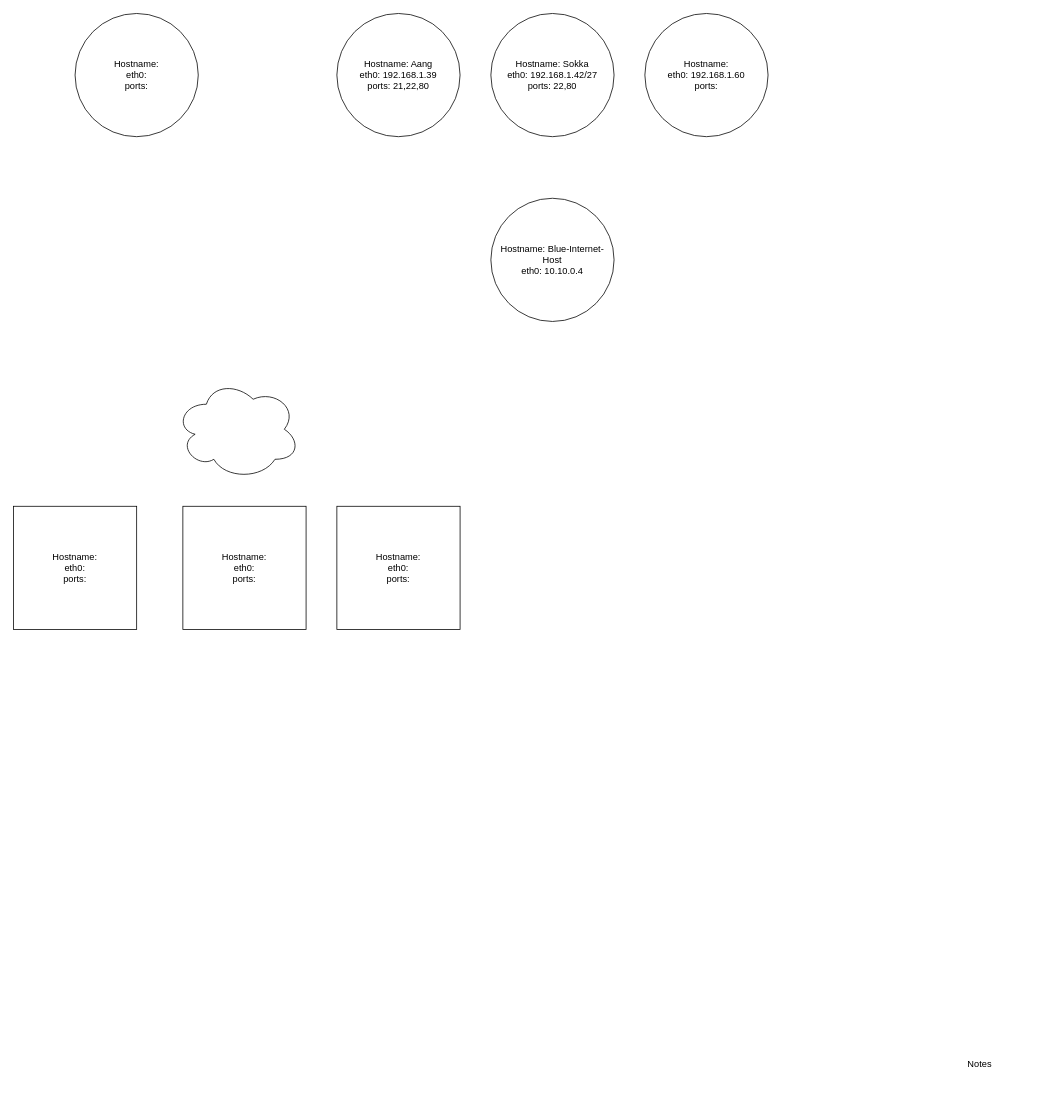
matthewjrobinson24/networking keeps this draw.io diagram as AvatarMap.drawio. Above is the earlier version. Source tidied: cells renumbered, new cells numbered last; positions are measured from the earlier drawing's top-left corner, leaving out a move shared by most shapes. Both pictures are drawn from the tidied source at 77%, with x=0, y=0 at pixel (13, 13).
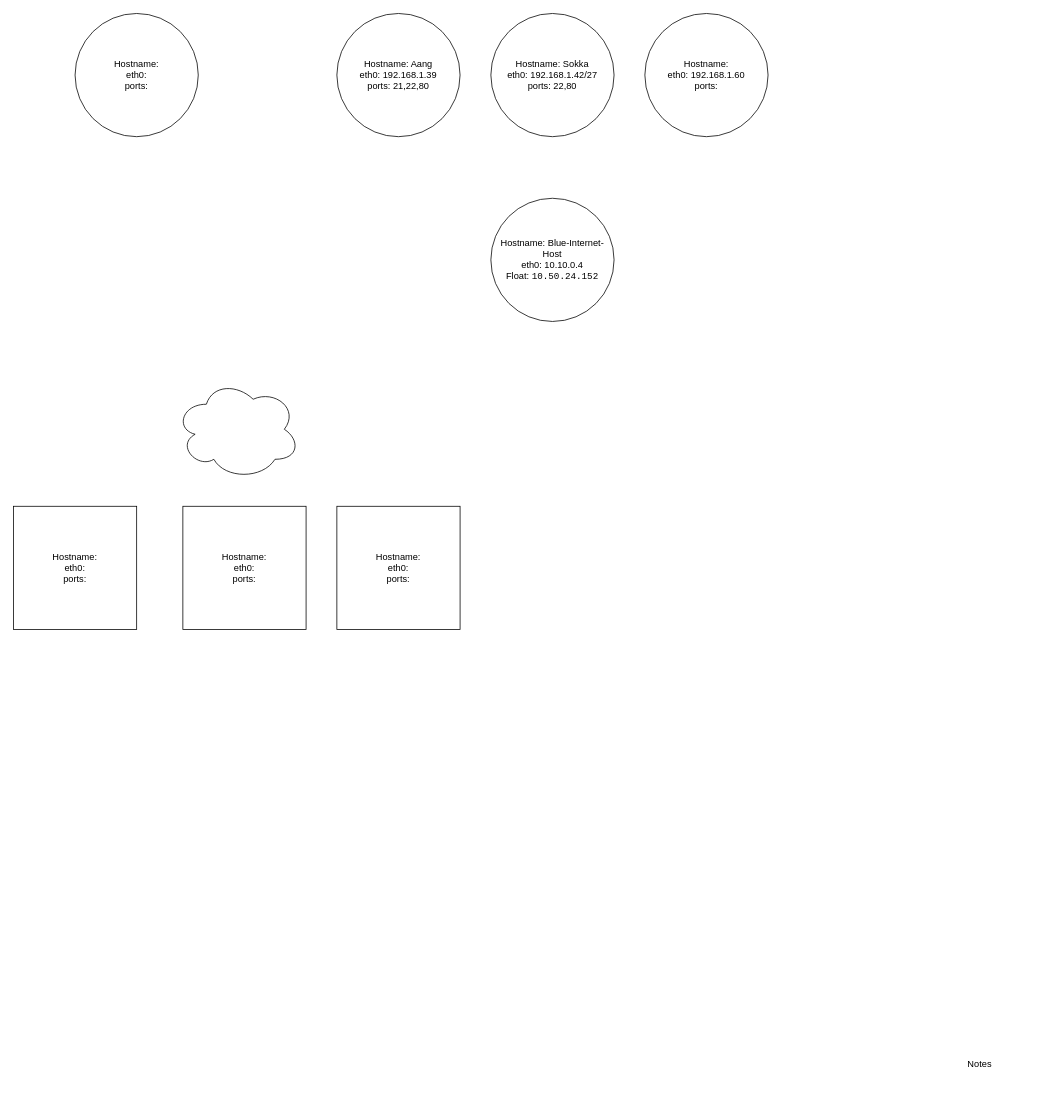
The same page after the edit.

The edit, as a diff of the source:
```diff
@@
 <mxGraphModel>
   <root>
     <mxCell id="0" />
     <mxCell id="1" parent="0" />
     <mxCell id="2" value="Notes" style="text;html=1;align=center;verticalAlign=middle;whiteSpace=wrap;rounded=0;" parent="1" vertex="1">
       <mxGeometry x="1180" y="1330" width="150" height="70" as="geometry" />
     </mxCell>
     <mxCell id="3" value="&lt;div&gt;Hostname: &lt;br&gt;&lt;/div&gt;&lt;div&gt;eth0:&lt;/div&gt;&lt;div&gt;ports:&lt;br&gt;&lt;/div&gt;" style="whiteSpace=wrap;html=1;" parent="1" vertex="1">
       <mxGeometry x="220" y="640" width="160" height="160" as="geometry" />
     </mxCell>
     <mxCell id="4" value="&lt;div&gt;Hostname: Sokka&lt;br&gt;&lt;/div&gt;&lt;div&gt;eth0: 192.168.1.42/27&lt;/div&gt;&lt;div&gt;ports: 22,80&lt;br&gt;&lt;/div&gt;" style="ellipse;whiteSpace=wrap;html=1;" parent="1" vertex="1">
       <mxGeometry x="620" width="160" height="160" as="geometry" />
     </mxCell>
     <mxCell id="5" style="ellipse;shape=cloud;whiteSpace=wrap;html=1;align=center;" parent="1" vertex="1">
       <mxGeometry x="210" y="475" width="162" height="130" as="geometry" />
     </mxCell>
     <mxCell id="6" value="&lt;div&gt;Hostname: &lt;br&gt;&lt;/div&gt;&lt;div&gt;eth0:&lt;/div&gt;&lt;div&gt;ports:&lt;br&gt;&lt;/div&gt;" style="whiteSpace=wrap;html=1;" parent="1" vertex="1">
       <mxGeometry x="420" y="640" width="160" height="160" as="geometry" />
     </mxCell>
     <mxCell id="7" value="&lt;div&gt;Hostname: Aang&lt;br&gt;&lt;/div&gt;&lt;div&gt;eth0: 192.168.1.39&lt;/div&gt;&lt;div&gt;ports: 21,22,80&lt;br&gt;&lt;/div&gt;" style="ellipse;whiteSpace=wrap;html=1;" parent="1" vertex="1">
       <mxGeometry x="420" width="160" height="160" as="geometry" />
     </mxCell>
     <mxCell id="8" value="&lt;div&gt;Hostname: &lt;br&gt;&lt;/div&gt;&lt;div&gt;eth0:&lt;/div&gt;&lt;div&gt;ports:&lt;br&gt;&lt;/div&gt;" style="whiteSpace=wrap;html=1;" parent="1" vertex="1">
       <mxGeometry y="640" width="160" height="160" as="geometry" />
     </mxCell>
     <mxCell id="9" value="&lt;div&gt;Hostname: &lt;br&gt;&lt;/div&gt;&lt;div&gt;eth0: 192.168.1.60&lt;/div&gt;&lt;div&gt;ports:&lt;br&gt;&lt;/div&gt;" style="ellipse;whiteSpace=wrap;html=1;" parent="1" vertex="1">
       <mxGeometry x="820" width="160" height="160" as="geometry" />
     </mxCell>
-    <mxCell id="10" value="&lt;div&gt;Hostname: Blue-Internet-Host&lt;br&gt;&lt;/div&gt;&lt;div&gt;eth0: 10.10.0.4&lt;br&gt;&lt;/div&gt;" style="ellipse;whiteSpace=wrap;html=1;" parent="1" vertex="1">
+    <mxCell id="10" value="&lt;div&gt;Hostname: Blue-Internet-Host&lt;br&gt;&lt;/div&gt;&lt;div&gt;eth0: 10.10.0.4&lt;/div&gt;&lt;div&gt;Float: &lt;code&gt;&lt;code&gt;&lt;code&gt;10.50.24.152&lt;/code&gt;&lt;/code&gt;&lt;/code&gt;&lt;/div&gt;" style="ellipse;whiteSpace=wrap;html=1;" parent="1" vertex="1">
       <mxGeometry x="620" y="240" width="160" height="160" as="geometry" />
     </mxCell>
     <mxCell id="11" value="&lt;div&gt;Hostname: &lt;br&gt;&lt;/div&gt;&lt;div&gt;eth0: &lt;br&gt;&lt;/div&gt;&lt;div&gt;ports: &lt;br&gt;&lt;/div&gt;" style="ellipse;whiteSpace=wrap;html=1;" parent="1" vertex="1">
       <mxGeometry x="80" width="160" height="160" as="geometry" />
     </mxCell>
   </root>
 </mxGraphModel>
```
